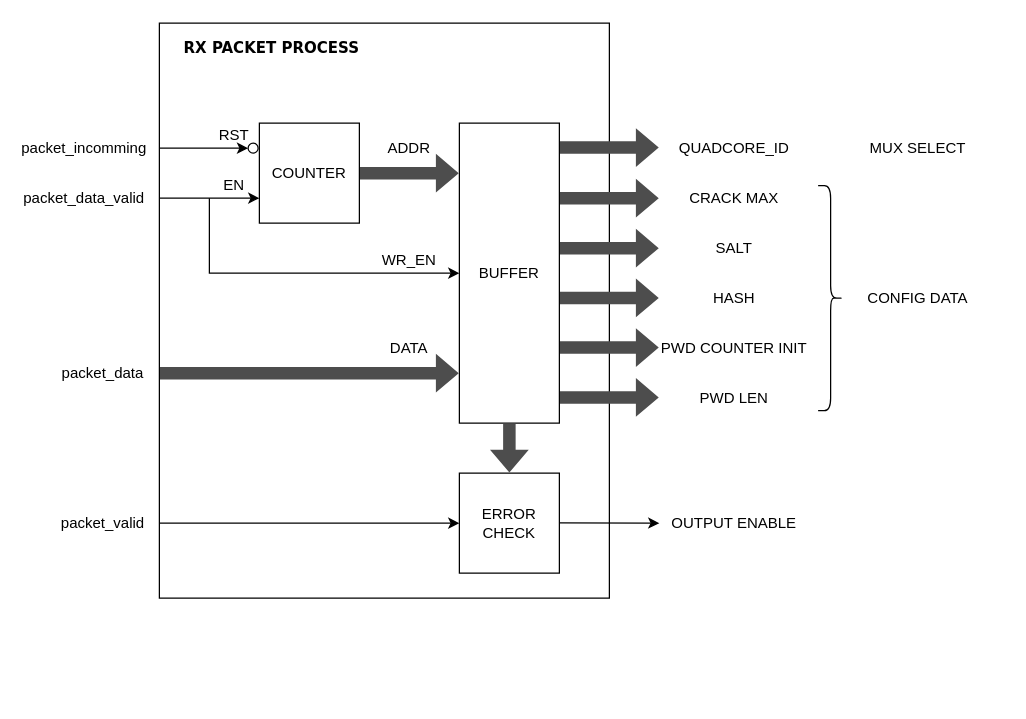
Djokzer/fpga_bruteforce_attack keeps this draw.io diagram as page "rx_packet_process" (10 of 10) of assets/drawio/uart_communication_protocol.drawio. Above is the earlier version. Source tidied: cells renumbered, new cells numbered last; positions are measured from the earlier drawing's top-left corner, leaving out a move shared by most shapes. Both pictures are drawn from the tidied source at 125%, with x=0, y=0 at pixel (21, 22).
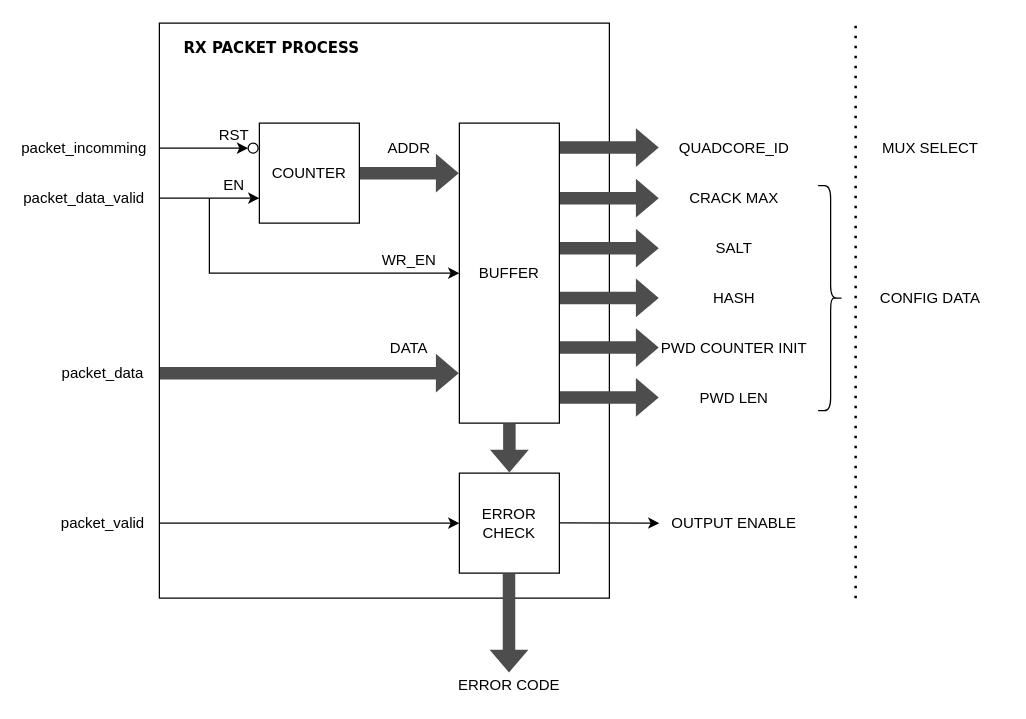
Above is the later version.

Change to the diagram source:
```diff
@@
     <mxCell id="29" value="CONFIG DATA" style="rounded=0;whiteSpace=wrap;html=1;fillColor=none;strokeColor=none;" parent="1" vertex="1">
-      <mxGeometry x="657" y="210" width="120" height="20" as="geometry" />
+      <mxGeometry x="667" y="210" width="120" height="20" as="geometry" />
     </mxCell>
     <mxCell id="30" value="MUX SELECT" style="rounded=0;whiteSpace=wrap;html=1;fillColor=none;strokeColor=none;" parent="1" vertex="1">
-      <mxGeometry x="657" y="90" width="120" height="20" as="geometry" />
+      <mxGeometry x="667" y="90" width="120" height="20" as="geometry" />
     </mxCell>
@@
+    <mxCell id="41" style="endArrow=none;dashed=1;html=1;dashPattern=1 3;strokeWidth=2;rounded=0;" parent="1" edge="1">
+      <mxGeometry relative="1" as="geometry">
+        <mxPoint x="667" y="460" as="sourcePoint" />
+        <mxPoint x="667" as="targetPoint" />
+      </mxGeometry>
+    </mxCell>
+    <mxCell id="42" style="shape=flexArrow;endArrow=classic;html=1;rounded=0;fillColor=#4D4D4D;strokeColor=none;shadow=0;strokeWidth=1;width=10;endSize=5.761904761904762;" parent="1" edge="1">
+      <mxGeometry relative="1" as="geometry">
+        <mxPoint x="389.7" y="440" as="sourcePoint" />
+        <mxPoint x="389.7" y="520" as="targetPoint" />
+      </mxGeometry>
+    </mxCell>
+    <mxCell id="43" value="ERROR CODE" style="rounded=0;whiteSpace=wrap;html=1;fillColor=none;strokeColor=none;" parent="1" vertex="1">
+      <mxGeometry x="310" y="520" width="160" height="20" as="geometry" />
+    </mxCell>
```
